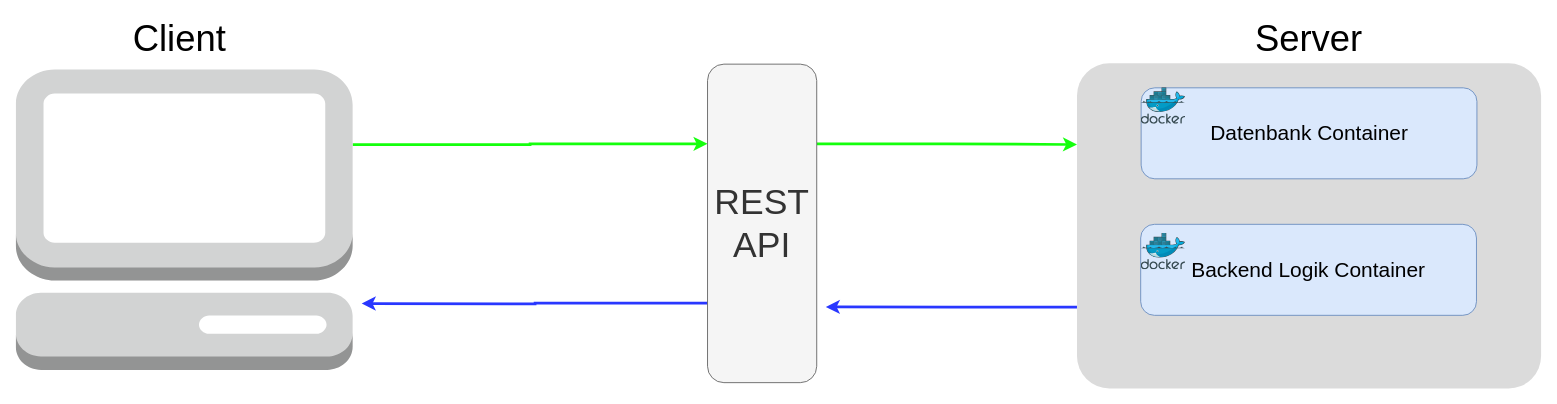
Before: Dokumentation/Systemarchitektur/Architekturbild.drawio in Zensurversuch/Kantinerado, a draw.io diagram. Source tidied: cells renumbered, new cells numbered last; positions are measured from the earlier drawing's top-left corner, leaving out a move shared by most shapes. Both pictures are drawn from the tidied source at 91%, with x=0, y=0 at pixel (15, 24).
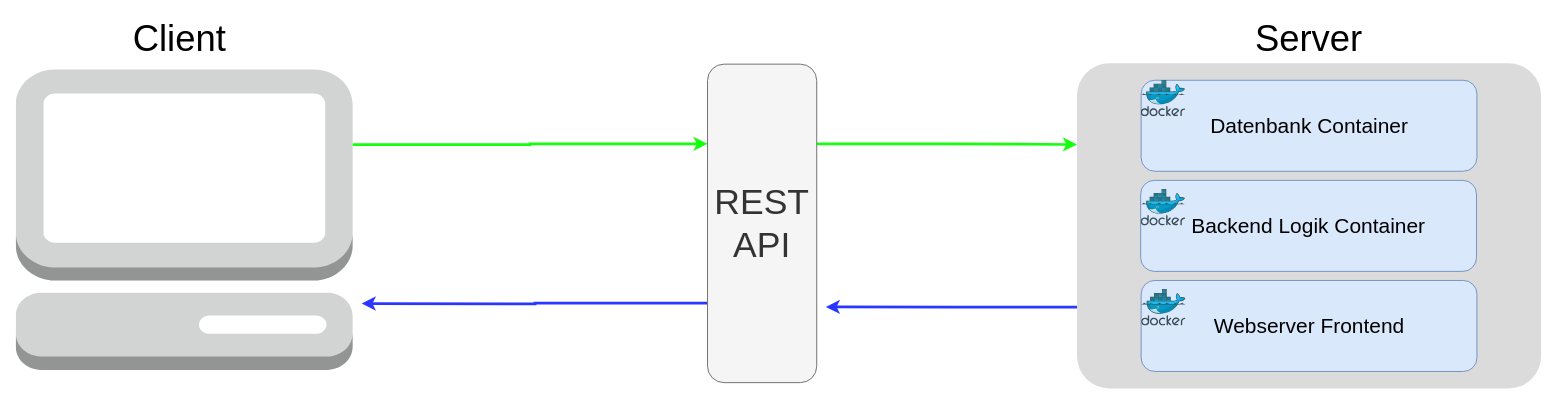
The same diagram, later.

Commit message (it also covers changes not shown here):
Added webserver for frontend on the server side in the architecture model

What changed in the source:
```diff
@@
 <mxGraphModel>
   <root>
     <mxCell id="0" />
     <mxCell id="1" parent="0" />
     <mxCell id="2" style="edgeStyle=orthogonalEdgeStyle;rounded=0;jettySize=auto;html=1;exitX=1;exitY=0.25;exitDx=0;exitDy=0;exitPerimeter=0;entryX=0;entryY=0.25;entryDx=0;entryDy=0;strokeWidth=3;strokeColor=#15FF0D;" parent="1" edge="1" source="3" target="8">
       <mxGeometry relative="1" as="geometry" />
     </mxCell>
     <mxCell id="3" style="outlineConnect=0;dashed=0;verticalLabelPosition=bottom;verticalAlign=top;align=center;html=1;shape=mxgraph.aws3.management_console;fillColor=#D2D3D3;gradientColor=none;" parent="1" vertex="1">
       <mxGeometry y="50" width="370" height="330" as="geometry" />
     </mxCell>
     <mxCell id="4" style="edgeStyle=orthogonalEdgeStyle;rounded=0;jettySize=auto;html=1;exitX=0;exitY=0.75;exitDx=0;exitDy=0;strokeWidth=3;strokeColor=#2937FF;" parent="1" edge="1" source="5">
       <mxGeometry relative="1" as="geometry">
         <mxPoint x="890" y="310.8" as="targetPoint" />
       </mxGeometry>
     </mxCell>
     <mxCell id="5" style="rounded=1;arcSize=10;strokeColor=none;fillColor=#DBDBDB;gradientColor=none;" parent="1" vertex="1">
       <mxGeometry x="1166" y="43" width="510" height="357.4" as="geometry" />
     </mxCell>
     <mxCell id="6" style="edgeStyle=orthogonalEdgeStyle;rounded=0;jettySize=auto;html=1;exitX=1;exitY=0.25;exitDx=0;exitDy=0;entryX=0;entryY=0.25;entryDx=0;entryDy=0;strokeWidth=3;strokeColor=#15FF0D;" parent="1" edge="1" source="8" target="5">
       <mxGeometry relative="1" as="geometry" />
     </mxCell>
     <mxCell id="7" style="edgeStyle=orthogonalEdgeStyle;rounded=0;jettySize=auto;html=1;exitX=0;exitY=0.75;exitDx=0;exitDy=0;strokeWidth=3;strokeColor=#2937FF;" parent="1" edge="1" source="8">
       <mxGeometry relative="1" as="geometry">
         <mxPoint x="380" y="307" as="targetPoint" />
       </mxGeometry>
     </mxCell>
     <mxCell id="8" value="&lt;font style=&quot;font-size: 39px;&quot;&gt;REST API&lt;/font&gt;" style="rounded=1;whiteSpace=wrap;html=1;fillColor=#f5f5f5;strokeColor=#666666;fontColor=#333333;" parent="1" vertex="1">
       <mxGeometry x="760" y="44" width="120" height="350" as="geometry" />
     </mxCell>
     <mxCell id="9" value="&lt;font style=&quot;font-size: 40px;&quot;&gt;Client&lt;/font&gt;" style="text;html=1;align=center;verticalAlign=middle;whiteSpace=wrap;rounded=0;strokeWidth=40;" parent="1" vertex="1">
       <mxGeometry x="150" width="60" height="30" as="geometry" />
     </mxCell>
     <mxCell id="10" value="&lt;font style=&quot;font-size: 40px;&quot;&gt;Server&lt;/font&gt;" style="text;html=1;align=center;verticalAlign=middle;whiteSpace=wrap;rounded=0;strokeWidth=30;" parent="1" vertex="1">
       <mxGeometry x="1391" width="60" height="30" as="geometry" />
     </mxCell>
     <mxCell id="11" value="&lt;font style=&quot;font-size: 23px;&quot;&gt;Datenbank Container&lt;/font&gt;" style="rounded=1;whiteSpace=wrap;html=1;fillColor=#dae8fc;strokeColor=#6c8ebf;" parent="1" vertex="1">
-      <mxGeometry x="1236.5" y="70" width="369" height="100" as="geometry" />
+      <mxGeometry x="1236.5" y="61.7" width="369" height="100" as="geometry" />
     </mxCell>
     <mxCell id="12" style="image;sketch=0;html=1;align=center;fontSize=12;image=img/lib/mscae/Docker.svg;" parent="1" vertex="1">
-      <mxGeometry x="1236.5" y="70" width="48.8" height="40" as="geometry" />
+      <mxGeometry x="1236.5" y="61.7" width="48.8" height="40" as="geometry" />
     </mxCell>
     <mxCell id="13" value="&lt;font style=&quot;font-size: 23px;&quot;&gt;Backend Logik Container&lt;/font&gt;" style="rounded=1;whiteSpace=wrap;html=1;fillColor=#dae8fc;strokeColor=#6c8ebf;" parent="1" vertex="1">
-      <mxGeometry x="1236" y="220" width="369" height="100" as="geometry" />
+      <mxGeometry x="1236" y="171.7" width="369" height="100" as="geometry" />
     </mxCell>
     <mxCell id="14" style="image;sketch=0;html=1;align=center;fontSize=12;image=img/lib/mscae/Docker.svg;" parent="1" vertex="1">
-      <mxGeometry x="1236.5" y="230" width="48.8" height="40" as="geometry" />
+      <mxGeometry x="1236.5" y="181.7" width="48.8" height="40" as="geometry" />
     </mxCell>
+    <mxCell id="15" value="&lt;font style=&quot;font-size: 23px;&quot;&gt;Webserver Frontend&lt;/font&gt;" style="rounded=1;whiteSpace=wrap;html=1;fillColor=#dae8fc;strokeColor=#6c8ebf;" parent="1" vertex="1">
+      <mxGeometry x="1236.5" y="281.7" width="369" height="100" as="geometry" />
+    </mxCell>
+    <mxCell id="16" style="image;sketch=0;html=1;align=center;fontSize=12;image=img/lib/mscae/Docker.svg;" parent="1" vertex="1">
+      <mxGeometry x="1237" y="291.7" width="48.8" height="40" as="geometry" />
+    </mxCell>
   </root>
 </mxGraphModel>
```
